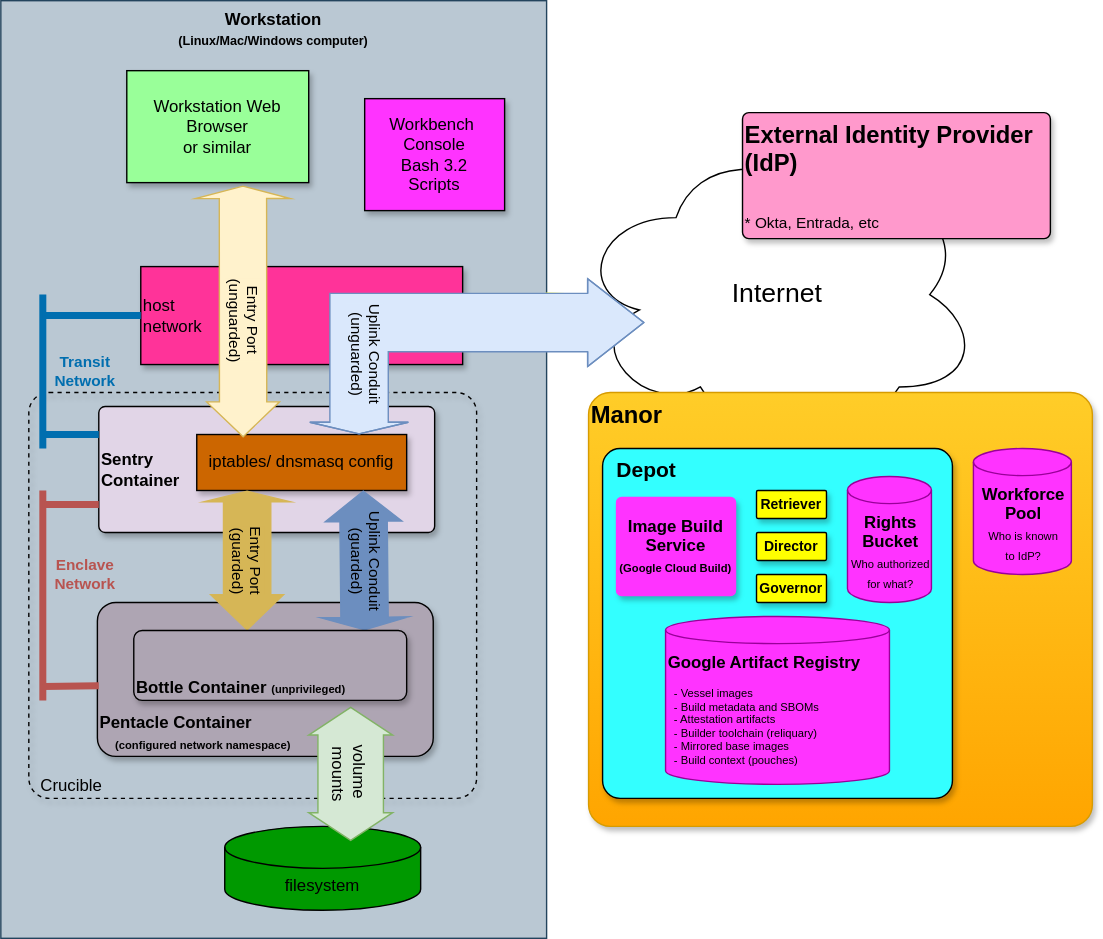
bhyslop/recipemuster keeps this draw.io diagram as rbm-abstract-drawio.svg. Above is the earlier version. Source tidied: cells renumbered, new cells last; positions are measured from the earlier drawing's top-left corner, leaving out a move shared by most shapes. The source it was exported from:
```xml
<mxGraphModel>
  <root>
    <mxCell id="0" />
    <mxCell id="1" parent="0" />
    <mxCell id="2" value="Workstation&lt;div&gt;&lt;font style=&quot;font-size: 9px;&quot;&gt;(Linux/Mac/Windows computer)&lt;/font&gt;&lt;/div&gt;" style="whiteSpace=wrap;html=1;rounded=0;glass=0;shadow=0;arcSize=5;verticalAlign=top;fillColor=#bac8d3;strokeColor=#23445d;fontStyle=1;fontColor=#000000;" parent="1" vertex="1">
      <mxGeometry width="390" height="670" as="geometry" />
    </mxCell>
    <mxCell id="3" value="&amp;nbsp;&lt;div&gt;&amp;nbsp; Crucible&lt;/div&gt;" style="whiteSpace=wrap;html=1;rounded=1;glass=0;shadow=1;arcSize=5;fillColor=none;dashed=1;align=left;verticalAlign=bottom;fontColor=#000000;strokeColor=#000000;" parent="1" vertex="1">
      <mxGeometry x="20" y="280" width="320" height="290" as="geometry" />
    </mxCell>
    <mxCell id="4" value="Sentry&lt;div&gt;Container&lt;/div&gt;" style="whiteSpace=wrap;html=1;rounded=1;glass=0;shadow=1;arcSize=5;verticalAlign=middle;align=left;fillColor=#e1d5e7;strokeColor=#000000;fontStyle=1;fontColor=#000000;" parent="1" vertex="1">
      <mxGeometry x="70" y="290" width="240" height="90" as="geometry" />
    </mxCell>
    <mxCell id="5" value="&lt;font style=&quot;color: rgb(0, 0, 0);&quot;&gt;Pentacle Container&lt;/font&gt;&lt;div&gt;&lt;font style=&quot;font-size: 8px;&quot; color=&quot;#000000&quot;&gt;&amp;nbsp; &amp;nbsp; &amp;nbsp;(configured network namespace)&lt;/font&gt;&lt;/div&gt;" style="whiteSpace=wrap;html=1;rounded=1;glass=0;shadow=1;arcSize=12;align=left;verticalAlign=bottom;fillColor=light-dark(#AEA5B3, #e1d5e7);strokeColor=#000000;fontStyle=1;fontColor=#000000;" parent="1" vertex="1">
      <mxGeometry x="69" y="430" width="240" height="110" as="geometry" />
    </mxCell>
    <mxCell id="6" value="Enclave&lt;div&gt;Network&lt;/div&gt;" style="edgeStyle=none;orthogonalLoop=1;jettySize=auto;html=1;rounded=0;endArrow=none;endFill=0;fillColor=#f8cecc;strokeColor=#b85450;strokeWidth=5;fontColor=#B85450;fontStyle=1;labelBackgroundColor=none;" parent="1" edge="1">
      <mxGeometry x="0.2" y="-30" relative="1" as="geometry">
        <mxPoint x="30" y="500" as="sourcePoint" />
        <mxPoint x="30" y="350" as="targetPoint" />
      </mxGeometry>
    </mxCell>
    <mxCell id="7" style="edgeStyle=none;orthogonalLoop=1;jettySize=auto;html=1;rounded=0;endArrow=none;endFill=0;entryX=0;entryY=0.75;entryDx=0;entryDy=0;fillColor=#f8cecc;strokeColor=#b85450;strokeWidth=5;" parent="1" edge="1">
      <mxGeometry relative="1" as="geometry">
        <mxPoint x="30" y="360" as="sourcePoint" />
        <mxPoint x="70" y="360" as="targetPoint" />
      </mxGeometry>
    </mxCell>
    <mxCell id="8" style="edgeStyle=none;orthogonalLoop=1;jettySize=auto;html=1;rounded=0;endArrow=none;endFill=0;entryX=0;entryY=0.5;entryDx=0;entryDy=0;fillColor=#f8cecc;strokeColor=#b85450;strokeWidth=5;" parent="1" edge="1">
      <mxGeometry relative="1" as="geometry">
        <mxPoint x="30" y="490" as="sourcePoint" />
        <mxPoint x="70" y="489.5" as="targetPoint" />
      </mxGeometry>
    </mxCell>
    <mxCell id="9" value="host&lt;div&gt;network&lt;/div&gt;" style="whiteSpace=wrap;html=1;rounded=0;glass=0;shadow=1;arcSize=5;align=left;verticalAlign=middle;fillColor=#FF3399;strokeColor=#000000;fontColor=#000000;" parent="1" vertex="1">
      <mxGeometry x="100" y="190" width="230" height="70" as="geometry" />
    </mxCell>
    <mxCell id="10" style="edgeStyle=none;orthogonalLoop=1;jettySize=auto;html=1;rounded=0;endArrow=none;endFill=0;fillColor=#1ba1e2;strokeColor=#006EAF;strokeWidth=5;" parent="1" edge="1">
      <mxGeometry relative="1" as="geometry">
        <mxPoint x="30" y="310" as="sourcePoint" />
        <mxPoint x="70" y="310" as="targetPoint" />
      </mxGeometry>
    </mxCell>
    <mxCell id="11" value="Transit&lt;div&gt;Network&lt;/div&gt;" style="edgeStyle=none;orthogonalLoop=1;jettySize=auto;html=1;rounded=0;endArrow=none;endFill=0;fillColor=#1ba1e2;strokeColor=#006EAF;strokeWidth=5;fontColor=#006EAF;align=center;fontStyle=1;labelBackgroundColor=none;" parent="1" edge="1">
      <mxGeometry y="-30" relative="1" as="geometry">
        <mxPoint x="30" y="320" as="sourcePoint" />
        <mxPoint x="30" y="210" as="targetPoint" />
      </mxGeometry>
    </mxCell>
    <mxCell id="12" value="Workstation Web Browser&lt;div&gt;or similar&lt;/div&gt;" style="whiteSpace=wrap;html=1;rounded=0;glass=0;shadow=1;arcSize=5;fillColor=#99FF99;strokeColor=#000000;fontColor=#000000;" parent="1" vertex="1">
      <mxGeometry x="90" y="50" width="130" height="80" as="geometry" />
    </mxCell>
    <mxCell id="13" style="edgeStyle=none;jettySize=auto;html=1;rounded=0;endArrow=none;endFill=0;entryX=1;entryY=0.5;entryDx=0;entryDy=0;exitX=0.103;exitY=0.501;exitDx=0;exitDy=0;exitPerimeter=0;fillColor=#fff2cc;strokeColor=#FFFF33;" parent="1" edge="1" target="9">
      <mxGeometry relative="1" as="geometry">
        <mxPoint x="430.6" y="210.1" as="sourcePoint" />
        <Array as="points">
          <mxPoint x="390" y="209" />
        </Array>
      </mxGeometry>
    </mxCell>
    <mxCell id="14" value="iptables/ dnsmasq config" style="whiteSpace=wrap;html=1;rounded=0;glass=0;shadow=1;arcSize=5;fillColor=#CC6600;strokeColor=#000000;fontColor=#000000;" parent="1" vertex="1">
      <mxGeometry x="140" y="310" width="150" height="40" as="geometry" />
    </mxCell>
    <mxCell id="15" style="edgeStyle=none;jettySize=auto;html=1;rounded=0;endArrow=none;endFill=0;fillColor=#1ba1e2;strokeColor=#006EAF;strokeWidth=5;entryX=0;entryY=0.5;entryDx=0;entryDy=0;" parent="1" edge="1" target="9">
      <mxGeometry relative="1" as="geometry">
        <mxPoint x="30" y="225" as="sourcePoint" />
      </mxGeometry>
    </mxCell>
    <mxCell id="16" value="filesystem" style="shape=cylinder3;whiteSpace=wrap;html=1;boundedLbl=1;backgroundOutline=1;size=15;fillColor=#009900;fontColor=#000000;strokeColor=#000000;" parent="1" vertex="1">
      <mxGeometry x="160" y="590" width="140" height="60" as="geometry" />
    </mxCell>
    <mxCell id="17" value="Entry Port&lt;div&gt;(guarded)&lt;/div&gt;" style="shape=flexArrow;endArrow=classic;startArrow=classic;html=1;rounded=0;width=33.80952380952381;endSize=7.9904761904761905;startSize=2.223809523809524;endWidth=17.24137931034483;textDirection=vertical-rl;fillColor=#D6B656;strokeColor=#d6b656;labelBackgroundColor=#D6B656;startWidth=27.233560090702948;fontColor=#000000;" parent="1" edge="1">
      <mxGeometry x="1" y="-1" relative="1" as="geometry">
        <mxPoint x="176" y="350" as="sourcePoint" />
        <mxPoint x="176" y="450" as="targetPoint" />
      </mxGeometry>
    </mxCell>
    <mxCell id="18" value="Uplink Conduit&lt;div&gt;(guarded)&lt;/div&gt;" style="shape=flexArrow;endArrow=classic;startArrow=classic;html=1;rounded=0;width=33.80952380952381;endSize=2.623809523809524;startSize=6.852380952380952;endWidth=28.185941043083897;textDirection=vertical-rl;fillColor=#6C8EBF;strokeColor=#6c8ebf;labelBackgroundColor=#6C8EBF;fontColor=#000000;" parent="1" edge="1">
      <mxGeometry x="1" relative="1" as="geometry">
        <mxPoint x="259" y="350" as="sourcePoint" />
        <mxPoint x="260" y="450" as="targetPoint" />
      </mxGeometry>
    </mxCell>
    <mxCell id="19" value="volume&amp;nbsp;&lt;div&gt;mounts&lt;/div&gt;" style="html=1;shadow=0;dashed=0;align=center;verticalAlign=middle;shape=mxgraph.arrows2.twoWayArrow;dy=0.22;dx=19.76;fillColor=#d5e8d4;strokeColor=#82b366;rotation=90;fontColor=#000000;" parent="1" vertex="1">
      <mxGeometry x="202.5" y="522.5" width="95" height="60" as="geometry" />
    </mxCell>
    <mxCell id="20" value="Entry Port&lt;div&gt;(unguarded)&lt;/div&gt;" style="shape=flexArrow;endArrow=classic;startArrow=classic;html=1;rounded=0;width=33.80952380952381;endSize=7.9904761904761905;startSize=2.6333333333333333;endWidth=17.24137931034483;textDirection=vertical-rl;fillColor=#fff2cc;strokeColor=#d6b656;labelBackgroundColor=#FFF2CC;entryX=0.221;entryY=0.054;entryDx=0;entryDy=0;entryPerimeter=0;startWidth=32.94784580498866;fontColor=#000000;" parent="1" edge="1" target="14">
      <mxGeometry x="0.62" relative="1" as="geometry">
        <mxPoint x="173" y="132" as="sourcePoint" />
      </mxGeometry>
    </mxCell>
    <mxCell id="21" value="Bottle Container&amp;nbsp;&lt;span style=&quot;font-size: 8px; background-color: transparent;&quot;&gt;(unprivileged)&lt;/span&gt;" style="whiteSpace=wrap;html=1;rounded=1;glass=0;shadow=1;arcSize=12;align=left;verticalAlign=bottom;fillColor=#AEA5B3;strokeColor=#000000;fontStyle=1;fontColor=#000000;" parent="1" vertex="1">
      <mxGeometry x="95" y="450" width="195" height="50" as="geometry" />
    </mxCell>
    <mxCell id="22" value="&lt;div&gt;&lt;span style=&quot;background-color: transparent; color: light-dark(rgb(0, 0, 0), rgb(255, 255, 255));&quot;&gt;Internet&lt;/span&gt;&lt;/div&gt;" style="ellipse;shape=cloud;whiteSpace=wrap;html=1;verticalAlign=middle;fontSize=19;" parent="1" vertex="1">
      <mxGeometry x="410" y="100" width="290" height="220" as="geometry" />
    </mxCell>
    <mxCell id="23" value="Uplink Conduit&lt;div&gt;(unguarded)&lt;/div&gt;" style="shape=flexArrow;endArrow=classic;startArrow=classic;html=1;rounded=0;width=41.714285714285715;endSize=2.4238095238095236;startSize=13.060606060606062;endWidth=27.755102040816325;textDirection=vertical-rl;fillColor=#dae8fc;strokeColor=#6c8ebf;labelBackgroundColor=#DAE8FC;fontColor=#000000;" parent="1" edge="1">
      <mxGeometry x="0.94" y="4" relative="1" as="geometry">
        <mxPoint x="460" y="230" as="sourcePoint" />
        <mxPoint x="256" y="310" as="targetPoint" />
        <Array as="points">
          <mxPoint x="256" y="230" />
        </Array>
      </mxGeometry>
    </mxCell>
    <mxCell id="24" value="Workbench&amp;nbsp;&lt;div&gt;Console&lt;/div&gt;&lt;div&gt;Bash 3.2&lt;/div&gt;&lt;div&gt;Scripts&lt;/div&gt;" style="whiteSpace=wrap;html=1;rounded=0;glass=0;shadow=1;arcSize=5;fillColor=#FF33FF;strokeColor=#000000;fontColor=#000000;" parent="1" vertex="1">
      <mxGeometry x="260" y="70" width="100" height="80" as="geometry" />
    </mxCell>
    <mxCell id="25" value="Manor" style="whiteSpace=wrap;html=1;rounded=1;glass=0;shadow=1;arcSize=5;verticalAlign=top;align=left;fillColor=#ffcd28;strokeColor=#d79b00;fontStyle=1;gradientColor=#ffa500;fontColor=#000000;fontSize=17;" parent="1" vertex="1">
      <mxGeometry x="420" y="280" width="360" height="310" as="geometry" />
    </mxCell>
    <mxCell id="26" value="&lt;div&gt;&lt;span style=&quot;background-color: transparent;&quot;&gt;&amp;nbsp; Depot&lt;/span&gt;&lt;/div&gt;" style="whiteSpace=wrap;html=1;rounded=1;glass=0;shadow=1;arcSize=5;verticalAlign=top;align=left;fontStyle=1;fillColor=#33FFFF;fontColor=#000000;fontSize=15;" parent="1" vertex="1">
      <mxGeometry x="430" y="320" width="250" height="250" as="geometry" />
    </mxCell>
    <mxCell id="27" value="&lt;font style=&quot;color: rgb(0, 0, 0);&quot;&gt;&lt;b&gt;Google Artifact&amp;nbsp;&lt;/b&gt;&lt;b style=&quot;background-color: transparent;&quot;&gt;Registry&lt;/b&gt;&lt;/font&gt;&lt;div style=&quot;line-height: 80%;&quot;&gt;&lt;br&gt;&lt;div&gt;&lt;span style=&quot;font-size: 8px; line-height: 80%;&quot;&gt;&amp;nbsp; - Vessel images&lt;/span&gt;&lt;/div&gt;&lt;div&gt;&lt;span style=&quot;font-size: 8px; line-height: 80%;&quot;&gt;&amp;nbsp; - Build metadata and SBOMs&lt;/span&gt;&lt;/div&gt;&lt;div&gt;&lt;span style=&quot;font-size: 8px; line-height: 80%;&quot;&gt;&amp;nbsp; - Attestation artifacts&lt;/span&gt;&lt;/div&gt;&lt;div&gt;&lt;span style=&quot;font-size: 8px; line-height: 80%;&quot;&gt;&amp;nbsp; - Builder toolchain (reliquary)&lt;/span&gt;&lt;/div&gt;&lt;div&gt;&lt;span style=&quot;font-size: 8px; line-height: 80%;&quot;&gt;&amp;nbsp; - Mirrored base images&lt;/span&gt;&lt;/div&gt;&lt;div&gt;&lt;span style=&quot;font-size: 8px; line-height: 80%;&quot;&gt;&amp;nbsp; - Build context (pouches)&lt;/span&gt;&lt;/div&gt;&lt;/div&gt;" style="shape=cylinder3;whiteSpace=wrap;html=1;boundedLbl=1;backgroundOutline=1;size=9.705882352941245;fillColor=light-dark(#FF33FF, #e1d5e7);fontColor=#000000;strokeColor=#990099;verticalAlign=top;align=left;" parent="1" vertex="1">
      <mxGeometry x="475" y="440" width="160" height="120" as="geometry" />
    </mxCell>
    <mxCell id="28" value="&lt;span style=&quot;background-color: transparent;&quot;&gt;Image Build Service&lt;/span&gt;&lt;div&gt;&lt;span style=&quot;font-size: 8px;&quot;&gt;(Google Cloud Build)&lt;/span&gt;&lt;/div&gt;" style="whiteSpace=wrap;html=1;rounded=1;glass=0;shadow=1;arcSize=5;verticalAlign=middle;align=center;fillColor=#FF33FF;strokeColor=#FF33FF;fontStyle=1;fontColor=#000000;" parent="1" vertex="1">
      <mxGeometry x="440" y="355" width="85" height="70" as="geometry" />
    </mxCell>
    <mxCell id="29" value="&lt;div style=&quot;text-align: center;&quot;&gt;&lt;b style=&quot;color: rgb(0, 0, 0); background-color: transparent;&quot;&gt;Workforce Pool&lt;/b&gt;&lt;/div&gt;&lt;div style=&quot;text-align: center;&quot;&gt;&lt;span style=&quot;font-size: 8px; background-color: transparent;&quot;&gt;&lt;font style=&quot;color: rgb(0, 0, 0); line-height: 40%;&quot;&gt;Who is known&lt;br&gt;to IdP?&lt;/font&gt;&lt;/span&gt;&lt;/div&gt;" style="shape=cylinder3;whiteSpace=wrap;html=1;boundedLbl=1;backgroundOutline=1;size=9.705882352941245;fillColor=light-dark(#FF33FF, #e1d5e7);fontColor=#000000;strokeColor=#990099;verticalAlign=top;align=left;" parent="1" vertex="1">
      <mxGeometry x="695" y="320" width="70" height="90" as="geometry" />
    </mxCell>
    <mxCell id="30" value="&lt;div style=&quot;text-align: center;&quot;&gt;&lt;b style=&quot;color: rgb(0, 0, 0); background-color: transparent;&quot;&gt;Rights Bucket&lt;/b&gt;&lt;/div&gt;&lt;div style=&quot;text-align: center;&quot;&gt;&lt;span style=&quot;font-size: 8px; background-color: transparent;&quot;&gt;&lt;font style=&quot;color: rgb(0, 0, 0); line-height: 3.2px;&quot;&gt;Who authorized for what?&lt;/font&gt;&lt;/span&gt;&lt;/div&gt;" style="shape=cylinder3;whiteSpace=wrap;html=1;boundedLbl=1;backgroundOutline=1;size=9.705882352941245;fillColor=light-dark(#FF33FF, #e1d5e7);fontColor=#000000;strokeColor=#990099;verticalAlign=top;align=left;" parent="1" vertex="1">
      <mxGeometry x="605" y="340" width="60" height="90" as="geometry" />
    </mxCell>
    <mxCell id="31" style="group;" parent="1" vertex="1">
      <mxGeometry x="540" y="350" width="50" height="80" as="geometry" />
    </mxCell>
    <mxCell id="32" value="Retriever" style="whiteSpace=wrap;html=1;rounded=1;glass=0;shadow=1;arcSize=5;verticalAlign=middle;align=center;fillColor=#FFFF00;strokeColor=#000000;fontStyle=1;fontColor=#000000;fontSize=10;" parent="31" vertex="1">
      <mxGeometry width="50" height="20" as="geometry" />
    </mxCell>
    <mxCell id="33" value="Director" style="whiteSpace=wrap;html=1;rounded=1;glass=0;shadow=1;arcSize=5;verticalAlign=middle;align=center;fillColor=#FFFF00;strokeColor=#000000;fontStyle=1;fontColor=#000000;fontSize=10;" parent="31" vertex="1">
      <mxGeometry y="30" width="50" height="20" as="geometry" />
    </mxCell>
    <mxCell id="34" value="Governor" style="whiteSpace=wrap;html=1;rounded=1;glass=0;shadow=1;arcSize=5;verticalAlign=middle;align=center;fillColor=#FFFF00;strokeColor=#000000;fontStyle=1;fontColor=#000000;fontSize=10;" parent="31" vertex="1">
      <mxGeometry y="60" width="50" height="20" as="geometry" />
    </mxCell>
    <mxCell id="35" value="External Identity Provider (IdP)&lt;div&gt;&lt;br&gt;&lt;/div&gt;&lt;div&gt;&lt;font style=&quot;font-size: 11px; font-weight: normal;&quot;&gt;* Okta, Entrada, etc&lt;/font&gt;&lt;/div&gt;" style="whiteSpace=wrap;html=1;rounded=1;glass=0;shadow=1;arcSize=5;verticalAlign=top;align=left;fontStyle=1;fontSize=17;fillColor=#FF99CC;fontColor=#000000;" parent="1" vertex="1">
      <mxGeometry x="530" y="80" width="220" height="90" as="geometry" />
    </mxCell>
  </root>
</mxGraphModel>
```
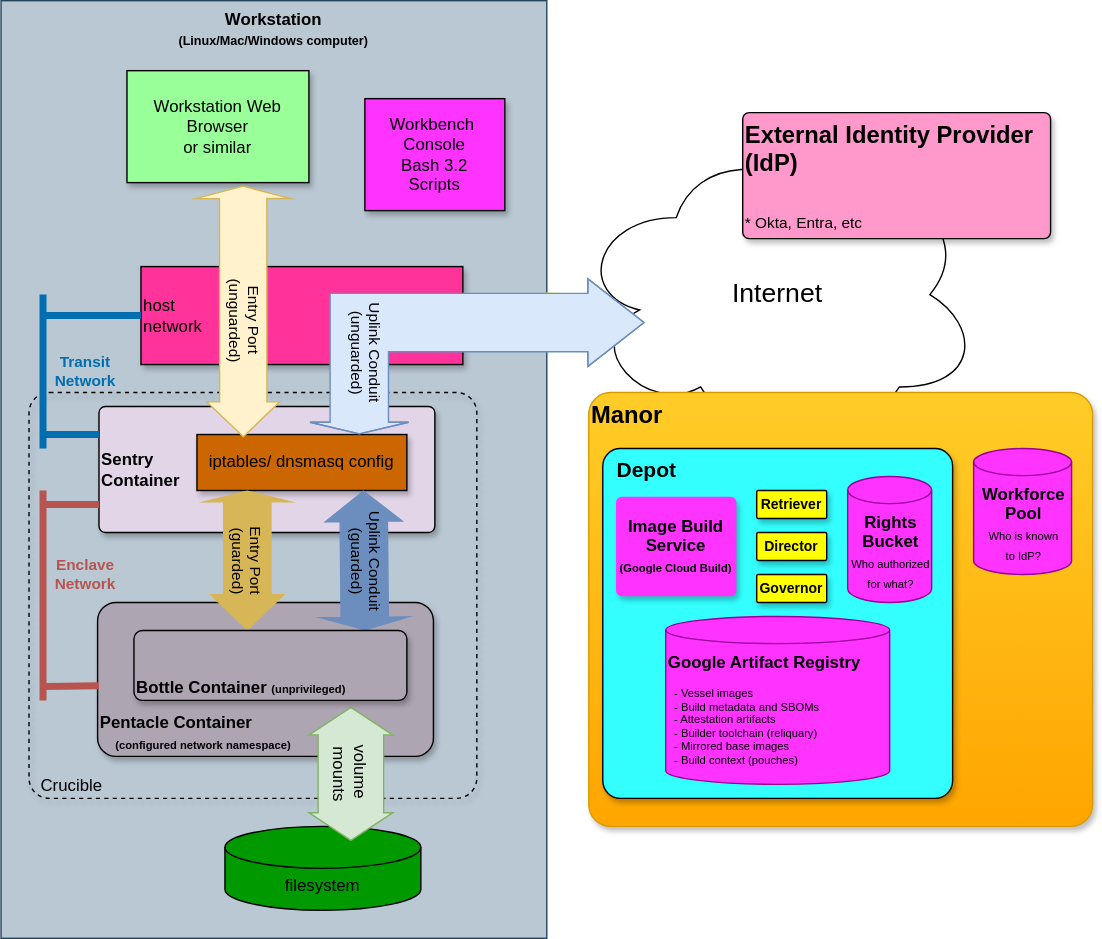
Later version of the same file.

Commit message:
jjb:1019-bb91a8a92:₢BsAAJ:n: Commit operator's draw.io re-export of the abstract diagram — simplified federation-glance adjustments after review discussion (Rights Bucket placement, IdP naming)

What changed in the source:
```diff
@@ -137,7 +137,7 @@
     <mxCell id="34" value="Governor" style="whiteSpace=wrap;html=1;rounded=1;glass=0;shadow=1;arcSize=5;verticalAlign=middle;align=center;fillColor=#FFFF00;strokeColor=#000000;fontStyle=1;fontColor=#000000;fontSize=10;" parent="31" vertex="1">
       <mxGeometry y="60" width="50" height="20" as="geometry" />
     </mxCell>
-    <mxCell id="35" value="External Identity Provider (IdP)&lt;div&gt;&lt;br&gt;&lt;/div&gt;&lt;div&gt;&lt;font style=&quot;font-size: 11px; font-weight: normal;&quot;&gt;* Okta, Entrada, etc&lt;/font&gt;&lt;/div&gt;" style="whiteSpace=wrap;html=1;rounded=1;glass=0;shadow=1;arcSize=5;verticalAlign=top;align=left;fontStyle=1;fontSize=17;fillColor=#FF99CC;fontColor=#000000;" parent="1" vertex="1">
+    <mxCell id="35" value="External Identity Provider (IdP)&lt;div&gt;&lt;br&gt;&lt;/div&gt;&lt;div&gt;&lt;font style=&quot;font-size: 11px; font-weight: normal;&quot;&gt;* Okta, Entra, etc&lt;/font&gt;&lt;/div&gt;" style="whiteSpace=wrap;html=1;rounded=1;glass=0;shadow=1;arcSize=5;verticalAlign=top;align=left;fontStyle=1;fontSize=17;fillColor=#FF99CC;fontColor=#000000;" parent="1" vertex="1">
       <mxGeometry x="530" y="80" width="220" height="90" as="geometry" />
     </mxCell>
   </root>
```
